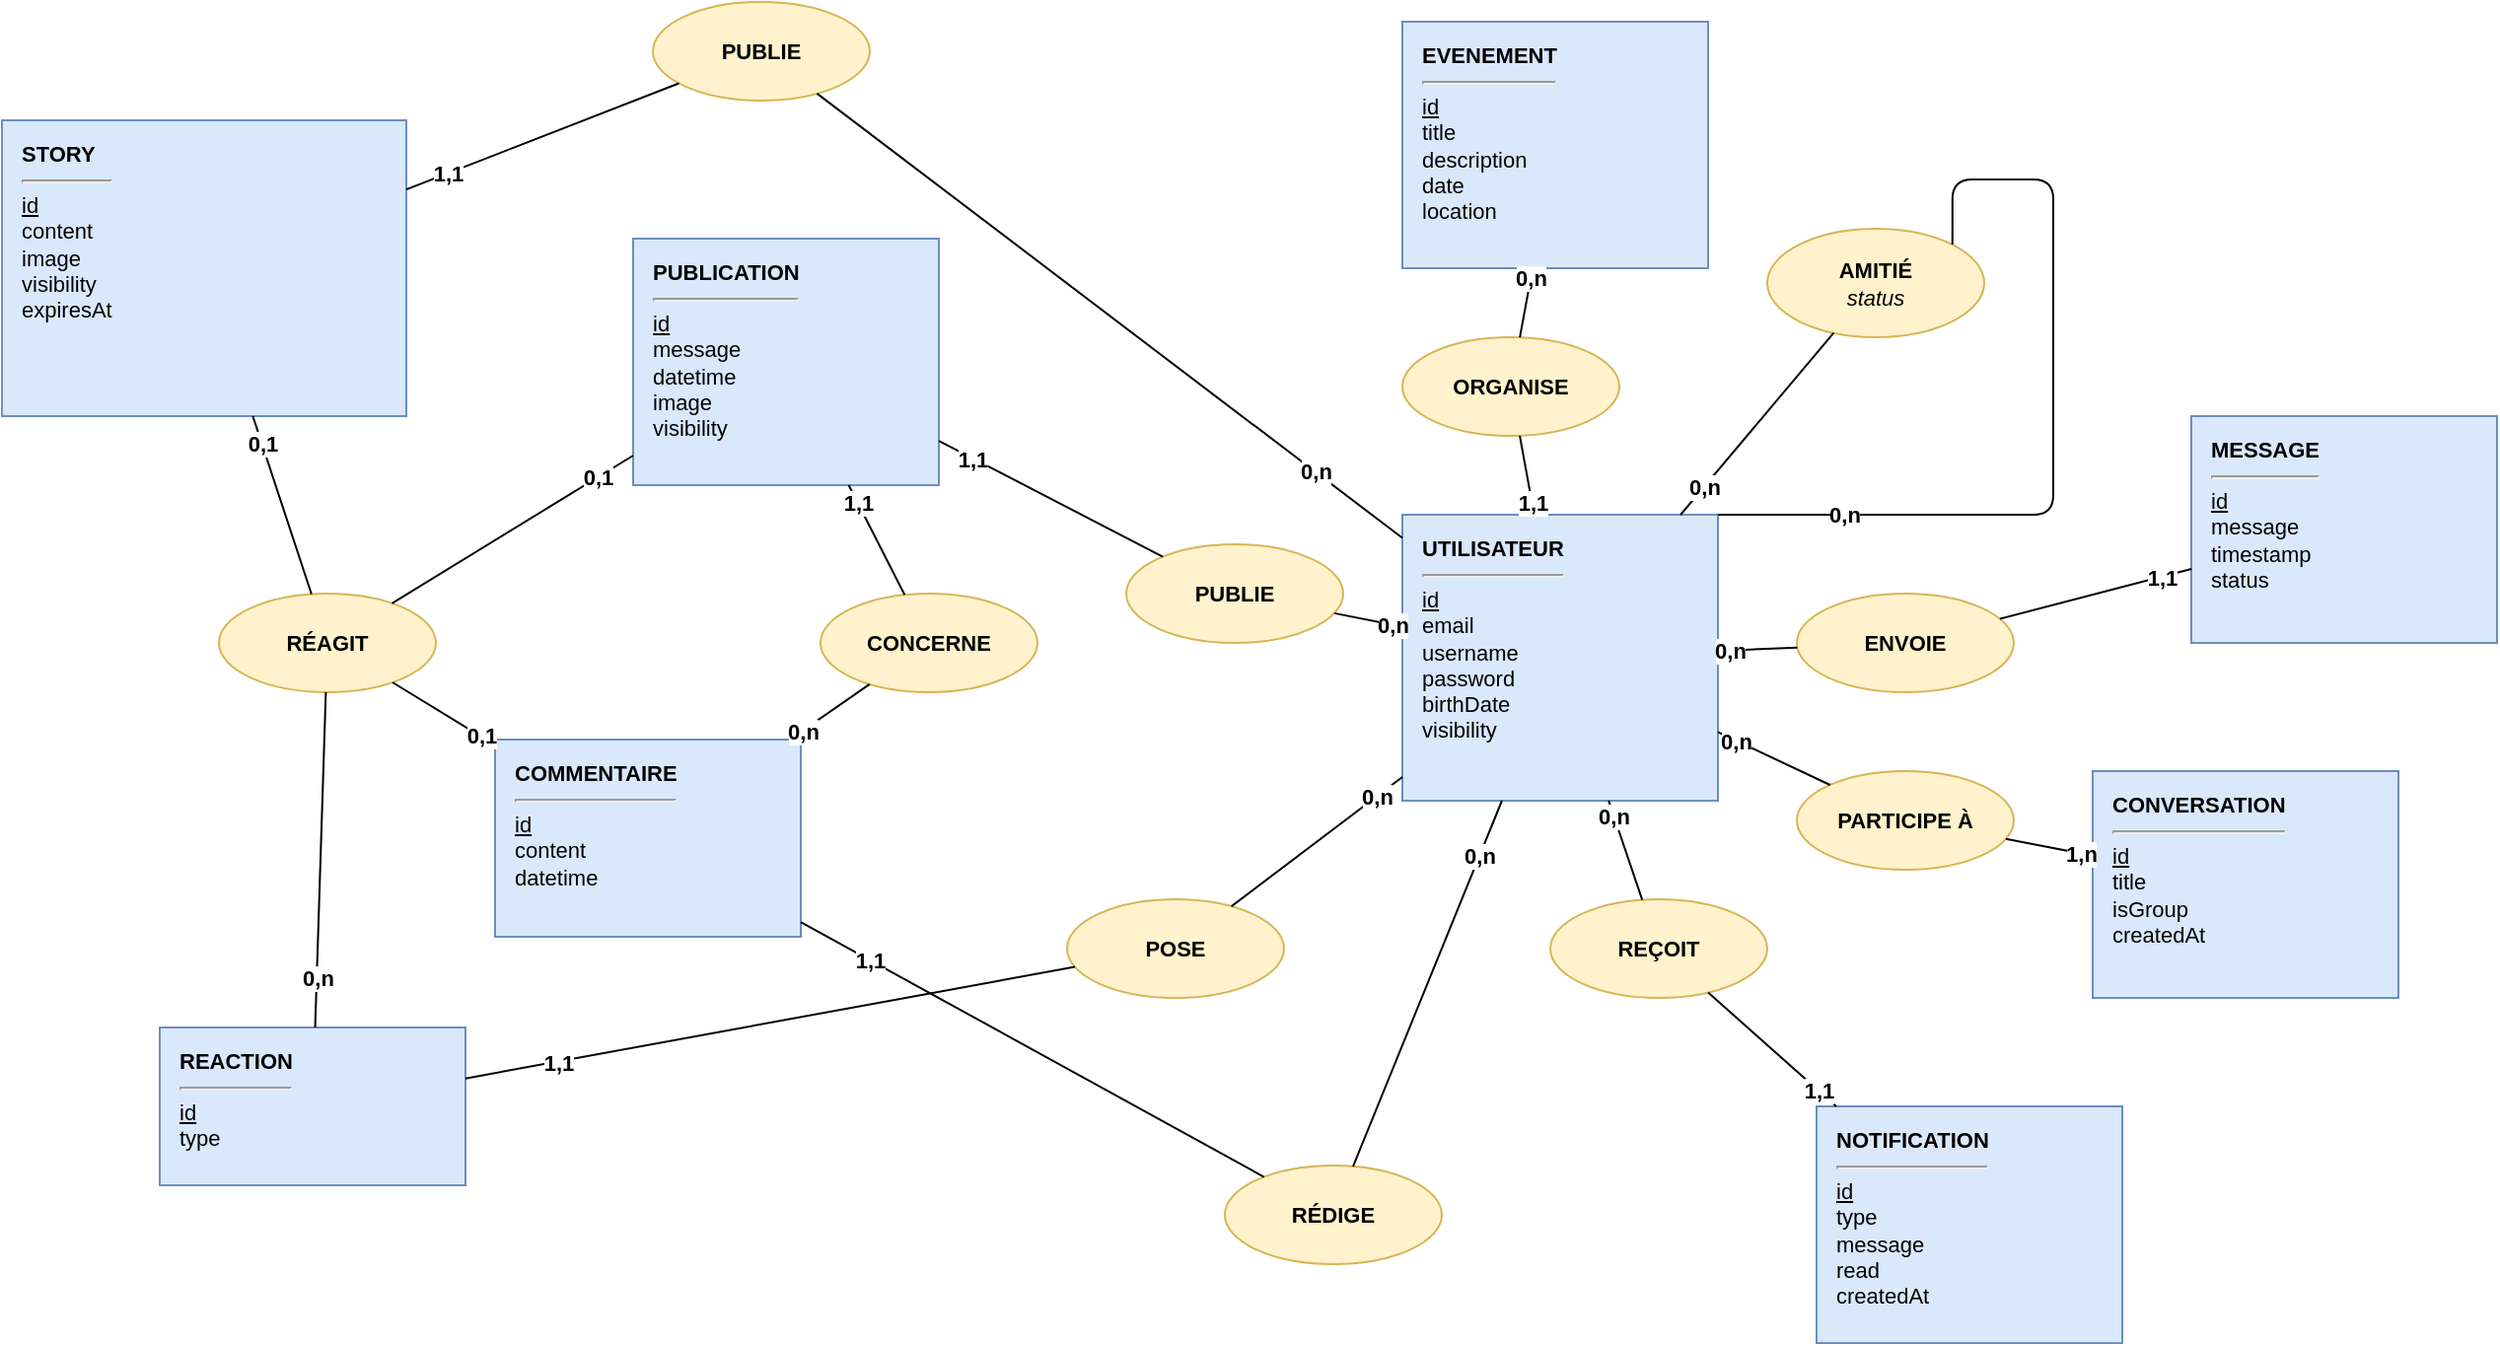
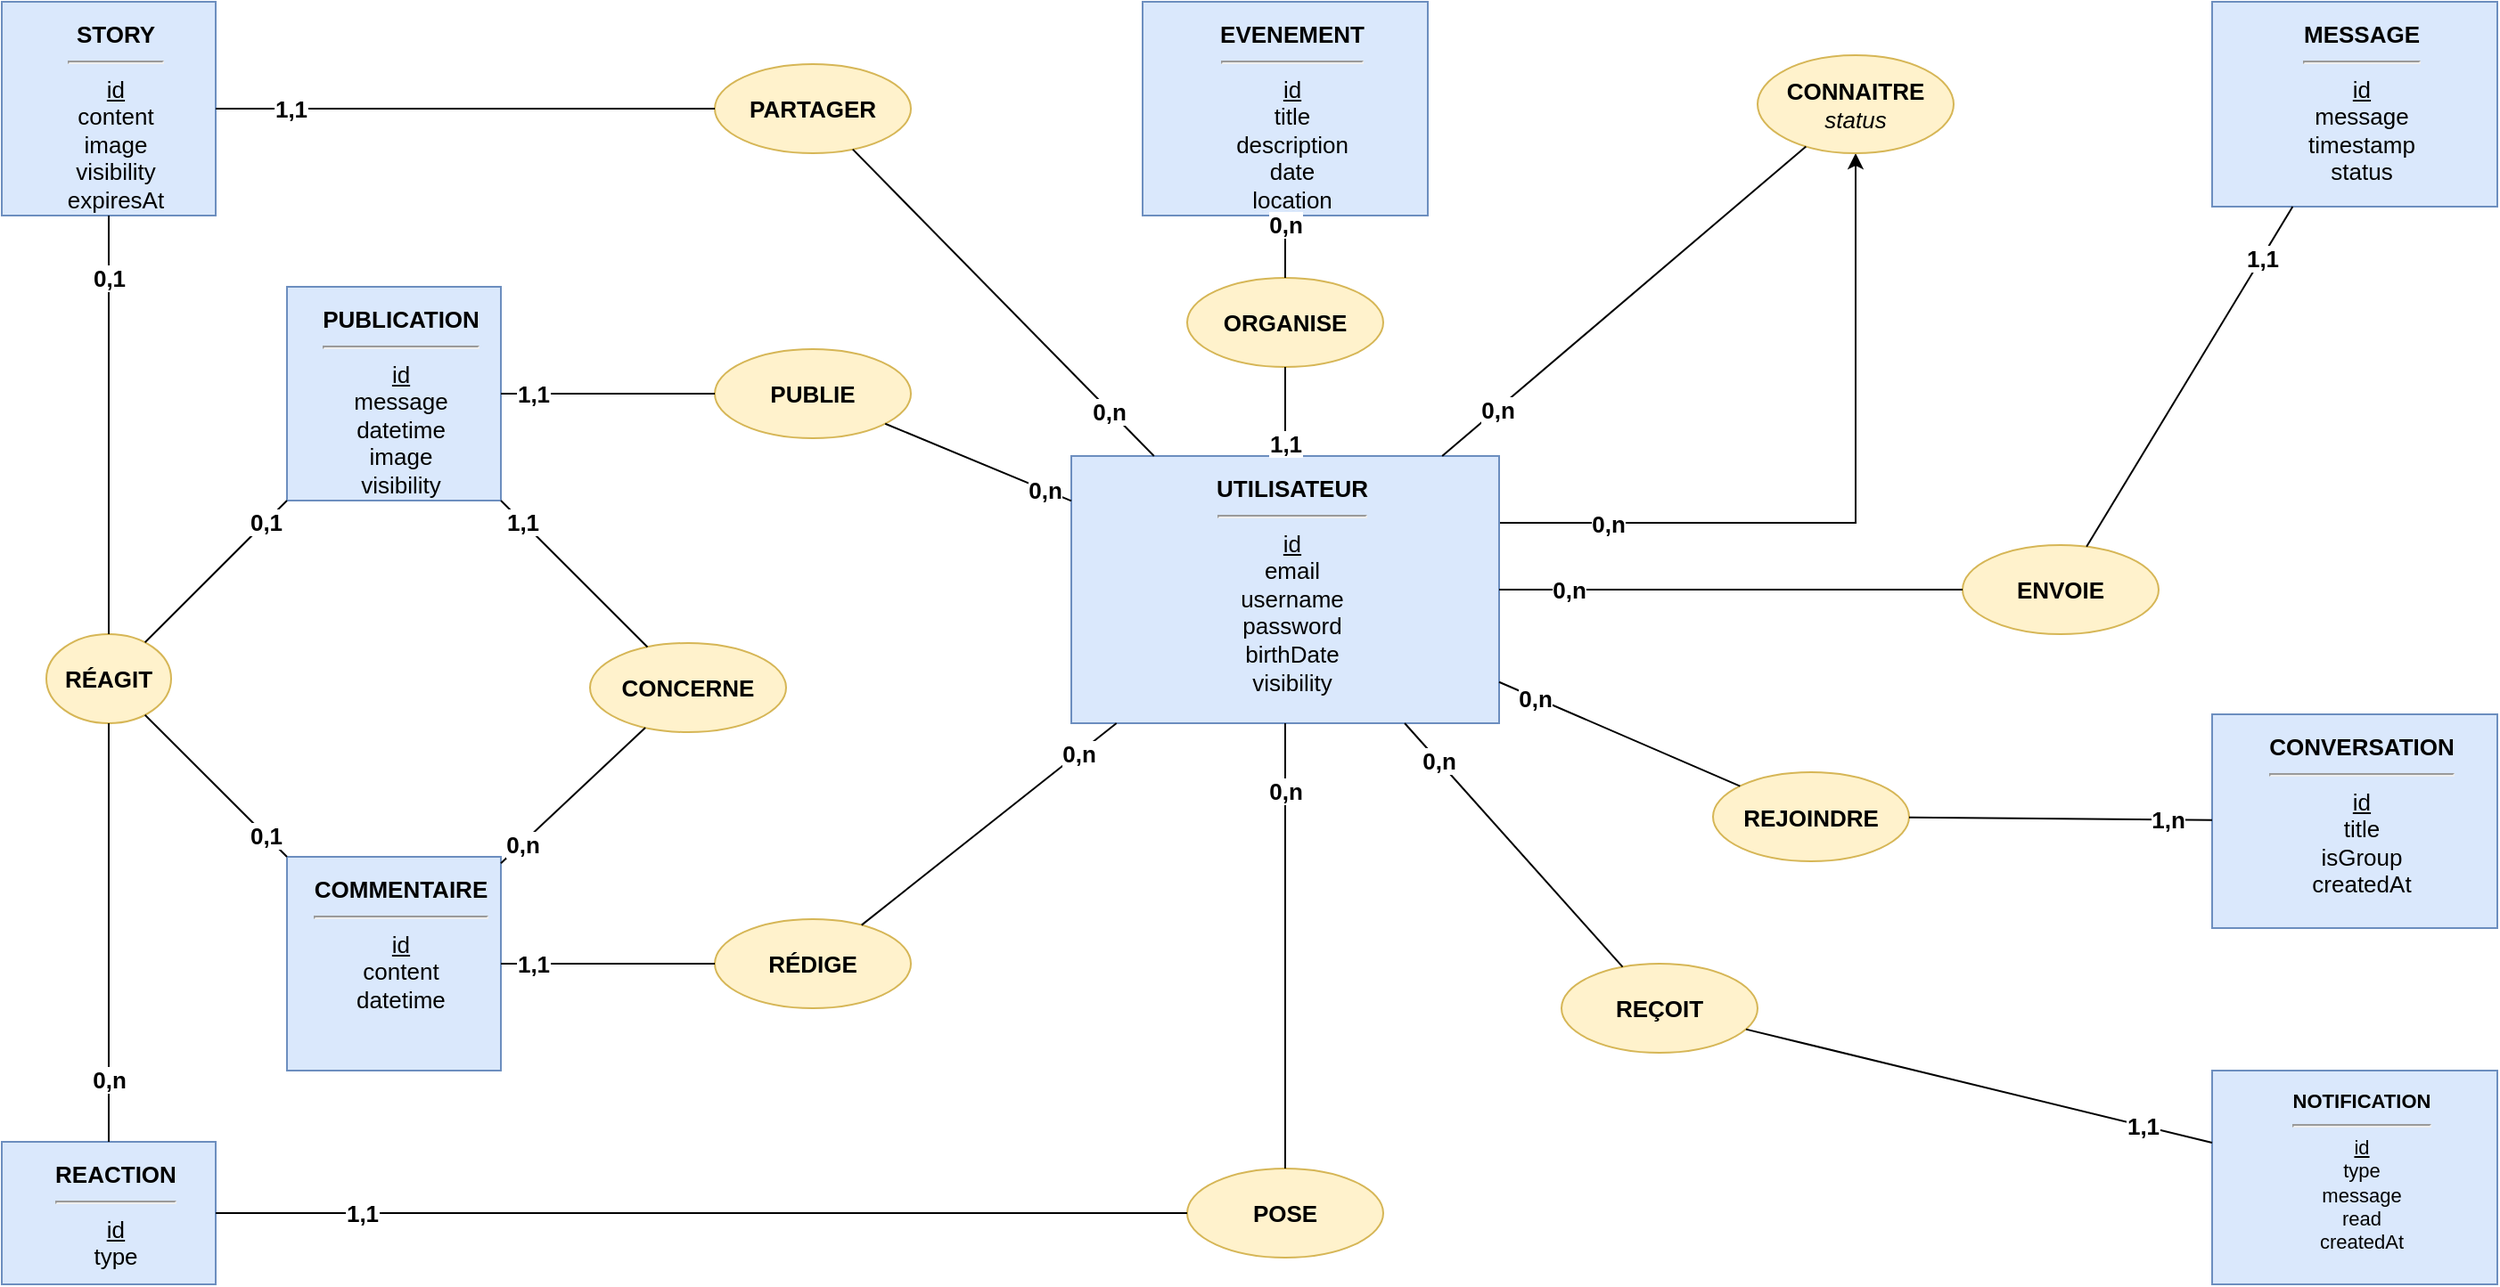
<mxfile host="app.diagrams.net">
  <diagram id="AvOPGSfi3XTp1epjIo77" name="Page-1">
-     <mxGraphModel dx="2583" dy="759" grid="1" gridSize="10" guides="1" tooltips="1" connect="1" arrows="1" fold="1" page="1" pageScale="1" pageWidth="1169" pageHeight="827" math="0" shadow="0">
+     <mxGraphModel dx="2618" dy="759" grid="1" gridSize="10" guides="1" tooltips="1" connect="1" arrows="1" fold="1" page="1" pageScale="1" pageWidth="1169" pageHeight="827" math="0" shadow="0">
      <root>
        <mxCell id="0" />
        <mxCell id="1" parent="0" />
-         <mxCell id="e_user" parent="1" style="rounded=0;whiteSpace=wrap;html=1;align=left;verticalAlign=top;fillColor=#dae8fc;strokeColor=#6c8ebf;spacingLeft=8;spacingTop=4;fontSize=11;" value="&lt;b&gt;UTILISATEUR&lt;/b&gt;&lt;hr/&gt;&lt;u&gt;id&lt;/u&gt;&lt;br&gt;email&lt;br&gt;username&lt;br&gt;password&lt;br&gt;birthDate&lt;br&gt;visibility" vertex="1">
-           <mxGeometry height="145" width="160" x="400" y="300" as="geometry" />
-         </mxCell>
-         <mxCell id="e_post" parent="1" style="rounded=0;whiteSpace=wrap;html=1;align=left;verticalAlign=top;fillColor=#dae8fc;strokeColor=#6c8ebf;spacingLeft=8;spacingTop=4;fontSize=11;" value="&lt;b&gt;PUBLICATION&lt;/b&gt;&lt;hr/&gt;&lt;u&gt;id&lt;/u&gt;&lt;br&gt;message&lt;br&gt;datetime&lt;br&gt;image&lt;br&gt;visibility" vertex="1">
-           <mxGeometry height="125" width="155" x="10" y="160" as="geometry" />
-         </mxCell>
-         <mxCell id="e_comment" parent="1" style="rounded=0;whiteSpace=wrap;html=1;align=left;verticalAlign=top;fillColor=#dae8fc;strokeColor=#6c8ebf;spacingLeft=8;spacingTop=4;fontSize=11;" value="&lt;b&gt;COMMENTAIRE&lt;/b&gt;&lt;hr/&gt;&lt;u&gt;id&lt;/u&gt;&lt;br&gt;content&lt;br&gt;datetime" vertex="1">
-           <mxGeometry height="100" width="155" x="-60" y="414" as="geometry" />
-         </mxCell>
-         <mxCell id="e_msg" parent="1" style="rounded=0;whiteSpace=wrap;html=1;align=left;verticalAlign=top;fillColor=#dae8fc;strokeColor=#6c8ebf;spacingLeft=8;spacingTop=4;fontSize=11;" value="&lt;b&gt;MESSAGE&lt;/b&gt;&lt;hr/&gt;&lt;u&gt;id&lt;/u&gt;&lt;br&gt;message&lt;br&gt;timestamp&lt;br&gt;status" vertex="1">
-           <mxGeometry height="115" width="155" x="800" y="250" as="geometry" />
-         </mxCell>
-         <mxCell id="e_event" parent="1" style="rounded=0;whiteSpace=wrap;html=1;align=left;verticalAlign=top;fillColor=#dae8fc;strokeColor=#6c8ebf;spacingLeft=8;spacingTop=4;fontSize=11;" value="&lt;b&gt;EVENEMENT&lt;/b&gt;&lt;hr/&gt;&lt;u&gt;id&lt;/u&gt;&lt;br&gt;title&lt;br&gt;description&lt;br&gt;date&lt;br&gt;location" vertex="1">
-           <mxGeometry height="125" width="155" x="400" y="50" as="geometry" />
-         </mxCell>
-         <mxCell id="e_conv" parent="1" style="rounded=0;whiteSpace=wrap;html=1;align=left;verticalAlign=top;fillColor=#dae8fc;strokeColor=#6c8ebf;spacingLeft=8;spacingTop=4;fontSize=11;" value="&lt;b&gt;CONVERSATION&lt;/b&gt;&lt;hr/&gt;&lt;u&gt;id&lt;/u&gt;&lt;br&gt;title&lt;br&gt;isGroup&lt;br&gt;createdAt" vertex="1">
-           <mxGeometry height="115" width="155" x="750" y="430" as="geometry" />
-         </mxCell>
-         <mxCell id="e_notif" parent="1" style="rounded=0;whiteSpace=wrap;html=1;align=left;verticalAlign=top;fillColor=#dae8fc;strokeColor=#6c8ebf;spacingLeft=8;spacingTop=4;fontSize=11;" value="&lt;b&gt;NOTIFICATION&lt;/b&gt;&lt;hr/&gt;&lt;u&gt;id&lt;/u&gt;&lt;br&gt;type&lt;br&gt;message&lt;br&gt;read&lt;br&gt;createdAt" vertex="1">
-           <mxGeometry height="120" width="155" x="610" y="600" as="geometry" />
-         </mxCell>
-         <mxCell id="e_story" parent="1" style="rounded=0;whiteSpace=wrap;html=1;align=left;verticalAlign=top;fillColor=#dae8fc;strokeColor=#6c8ebf;spacingLeft=8;spacingTop=4;fontSize=11;" value="&lt;b&gt;STORY&lt;/b&gt;&lt;hr/&gt;&lt;u&gt;id&lt;/u&gt;&lt;br&gt;content&lt;br&gt;image&lt;br&gt;visibility&lt;br&gt;expiresAt" vertex="1">
-           <mxGeometry height="150" width="205" x="-310" y="100" as="geometry" />
-         </mxCell>
-         <mxCell id="e_reaction" parent="1" style="rounded=0;whiteSpace=wrap;html=1;align=left;verticalAlign=top;fillColor=#dae8fc;strokeColor=#6c8ebf;spacingLeft=8;spacingTop=4;fontSize=11;" value="&lt;b&gt;REACTION&lt;/b&gt;&lt;hr/&gt;&lt;u&gt;id&lt;/u&gt;&lt;br&gt;type" vertex="1">
-           <mxGeometry height="80" width="155" x="-230" y="560" as="geometry" />
-         </mxCell>
-         <mxCell id="r_publie_story" parent="1" style="ellipse;whiteSpace=wrap;html=1;fillColor=#fff2cc;strokeColor=#d6b656;fontSize=11;" value="&lt;b&gt;PUBLIE&lt;/b&gt;" vertex="1">
-           <mxGeometry height="50" width="110" x="20" y="40" as="geometry" />
-         </mxCell>
-         <mxCell id="r_pose" parent="1" style="ellipse;whiteSpace=wrap;html=1;fillColor=#fff2cc;strokeColor=#d6b656;fontSize=11;" value="&lt;b&gt;POSE&lt;/b&gt;" vertex="1">
-           <mxGeometry height="50" width="110" x="230" y="495" as="geometry" />
-         </mxCell>
-         <mxCell id="r_reagit_post" parent="1" style="ellipse;whiteSpace=wrap;html=1;fillColor=#fff2cc;strokeColor=#d6b656;fontSize=11;" value="&lt;b&gt;RÉAGIT&lt;/b&gt;" vertex="1">
-           <mxGeometry height="50" width="110" x="-200" y="340" as="geometry" />
+         <mxCell id="I-HbLYSiOQ31D1_cL5be-6" edge="1" parent="1" source="e_user" style="edgeStyle=orthogonalEdgeStyle;rounded=0;orthogonalLoop=1;jettySize=auto;html=1;exitX=1;exitY=0.25;exitDx=0;exitDy=0;entryX=0.5;entryY=1;entryDx=0;entryDy=0;" target="r_amitie" value="">
+           <mxGeometry relative="1" as="geometry" />
+         </mxCell>
+         <mxCell id="card_amitie_user" connectable="0" parent="I-HbLYSiOQ31D1_cL5be-6" style="edgeLabel;html=1;align=center;verticalAlign=middle;resizable=0;fontSize=13;fontStyle=1;" value="0,n" vertex="1">
+           <mxGeometry relative="1" x="-0.7" as="geometry">
+             <mxPoint as="offset" />
+           </mxGeometry>
+         </mxCell>
+         <mxCell id="e_user" parent="1" style="rounded=0;whiteSpace=wrap;html=1;align=center;verticalAlign=top;fillColor=#dae8fc;strokeColor=#6c8ebf;spacingLeft=8;spacingTop=4;fontSize=13;" value="&lt;b&gt;UTILISATEUR&lt;/b&gt;&lt;hr&gt;&lt;u&gt;id&lt;/u&gt;&lt;br&gt;email&lt;br&gt;username&lt;br&gt;password&lt;br&gt;birthDate&lt;br&gt;visibility" vertex="1">
+           <mxGeometry height="150" width="240" x="200" y="295" as="geometry" />
+         </mxCell>
+         <mxCell id="e_post" parent="1" style="rounded=0;whiteSpace=wrap;html=1;align=center;verticalAlign=top;fillColor=#dae8fc;strokeColor=#6c8ebf;spacingLeft=8;spacingTop=4;fontSize=13;" value="&lt;b&gt;PUBLICATION&lt;/b&gt;&lt;hr&gt;&lt;u&gt;id&lt;/u&gt;&lt;br&gt;message&lt;br&gt;datetime&lt;br&gt;image&lt;br&gt;visibility" vertex="1">
+           <mxGeometry height="120" width="120" x="-240" y="200" as="geometry" />
+         </mxCell>
+         <mxCell id="e_comment" parent="1" style="rounded=0;whiteSpace=wrap;html=1;align=center;verticalAlign=top;fillColor=#dae8fc;strokeColor=#6c8ebf;spacingLeft=8;spacingTop=4;fontSize=13;" value="&lt;b&gt;COMMENTAIRE&lt;/b&gt;&lt;hr&gt;&lt;u&gt;id&lt;/u&gt;&lt;br&gt;content&lt;br&gt;datetime" vertex="1">
+           <mxGeometry height="120" width="120" x="-240" y="520" as="geometry" />
+         </mxCell>
+         <mxCell id="e_msg" parent="1" style="rounded=0;whiteSpace=wrap;html=1;align=center;verticalAlign=top;fillColor=#dae8fc;strokeColor=#6c8ebf;spacingLeft=8;spacingTop=4;fontSize=13;" value="&lt;b&gt;MESSAGE&lt;/b&gt;&lt;hr&gt;&lt;u&gt;id&lt;/u&gt;&lt;br&gt;message&lt;br&gt;timestamp&lt;br&gt;status" vertex="1">
+           <mxGeometry height="115" width="160" x="840" y="40" as="geometry" />
+         </mxCell>
+         <mxCell id="e_event" parent="1" style="rounded=0;whiteSpace=wrap;html=1;align=center;verticalAlign=top;fillColor=#dae8fc;strokeColor=#6c8ebf;spacingLeft=8;spacingTop=4;fontSize=13;" value="&lt;b&gt;EVENEMENT&lt;/b&gt;&lt;hr&gt;&lt;u&gt;id&lt;/u&gt;&lt;br&gt;title&lt;br&gt;description&lt;br&gt;date&lt;br&gt;location" vertex="1">
+           <mxGeometry height="120" width="160" x="240" y="40" as="geometry" />
+         </mxCell>
+         <mxCell id="e_conv" parent="1" style="rounded=0;whiteSpace=wrap;html=1;align=center;verticalAlign=top;fillColor=#dae8fc;strokeColor=#6c8ebf;spacingLeft=8;spacingTop=4;fontSize=13;" value="&lt;b&gt;CONVERSATION&lt;/b&gt;&lt;hr&gt;&lt;u&gt;id&lt;/u&gt;&lt;br&gt;title&lt;br&gt;isGroup&lt;br&gt;createdAt" vertex="1">
+           <mxGeometry height="120" width="160" x="840" y="440" as="geometry" />
+         </mxCell>
+         <mxCell id="e_notif" parent="1" style="rounded=0;whiteSpace=wrap;html=1;align=center;verticalAlign=top;fillColor=#dae8fc;strokeColor=#6c8ebf;spacingLeft=8;spacingTop=4;fontSize=11;" value="&lt;b&gt;NOTIFICATION&lt;/b&gt;&lt;hr&gt;&lt;u&gt;id&lt;/u&gt;&lt;br&gt;type&lt;br&gt;message&lt;br&gt;read&lt;br&gt;createdAt" vertex="1">
+           <mxGeometry height="120" width="160" x="840" y="640" as="geometry" />
+         </mxCell>
+         <mxCell id="e_story" parent="1" style="rounded=0;whiteSpace=wrap;html=1;align=center;verticalAlign=top;fillColor=#dae8fc;strokeColor=#6c8ebf;spacingLeft=8;spacingTop=4;fontSize=13;" value="&lt;b&gt;STORY&lt;/b&gt;&lt;hr&gt;&lt;u&gt;id&lt;/u&gt;&lt;br&gt;content&lt;br&gt;image&lt;br&gt;visibility&lt;br&gt;expiresAt" vertex="1">
+           <mxGeometry height="120" width="120" x="-400" y="40" as="geometry" />
+         </mxCell>
+         <mxCell id="e_reaction" parent="1" style="rounded=0;whiteSpace=wrap;html=1;align=center;verticalAlign=top;fillColor=#dae8fc;strokeColor=#6c8ebf;spacingLeft=8;spacingTop=4;fontSize=13;" value="&lt;div&gt;&lt;b style=&quot;background-color: transparent; color: light-dark(rgb(0, 0, 0), rgb(255, 255, 255));&quot;&gt;REACTION&lt;/b&gt;&lt;/div&gt;&lt;hr&gt;&lt;u&gt;&lt;div&gt;&lt;u style=&quot;background-color: transparent; color: light-dark(rgb(0, 0, 0), rgb(255, 255, 255));&quot;&gt;id&lt;/u&gt;&lt;/div&gt;&lt;/u&gt;&lt;div&gt;&lt;span style=&quot;background-color: transparent; color: light-dark(rgb(0, 0, 0), rgb(255, 255, 255));&quot;&gt;type&lt;/span&gt;&lt;/div&gt;" vertex="1">
+           <mxGeometry height="80" width="120" x="-400" y="680" as="geometry" />
+         </mxCell>
+         <mxCell id="r_publie_story" parent="1" style="ellipse;whiteSpace=wrap;html=1;fillColor=#fff2cc;strokeColor=#d6b656;fontSize=13;" value="&lt;b&gt;PARTAGER&lt;/b&gt;" vertex="1">
+           <mxGeometry height="50" width="110" y="75" as="geometry" />
+         </mxCell>
+         <mxCell id="r_pose" parent="1" style="ellipse;whiteSpace=wrap;html=1;fillColor=#fff2cc;strokeColor=#d6b656;fontSize=13;" value="&lt;b&gt;POSE&lt;/b&gt;" vertex="1">
+           <mxGeometry height="50" width="110" x="265" y="695" as="geometry" />
+         </mxCell>
+         <mxCell id="r_reagit_post" parent="1" style="ellipse;whiteSpace=wrap;html=1;fillColor=#fff2cc;strokeColor=#d6b656;fontSize=13;" value="&lt;b&gt;RÉAGIT&lt;/b&gt;" vertex="1">
+           <mxGeometry height="50" width="70" x="-375" y="395" as="geometry" />
        </mxCell>
        <mxCell id="es1" edge="1" parent="1" source="e_user" style="endArrow=none;html=1;" target="r_publie_story" value="">
          <mxGeometry relative="1" as="geometry" />
        </mxCell>
-         <mxCell id="es1_src" connectable="0" parent="es1" style="edgeLabel;html=1;align=center;verticalAlign=middle;resizable=0;fontSize=11;fontStyle=1;" value="0,n" vertex="1">
+         <mxCell id="es1_src" connectable="0" parent="es1" style="edgeLabel;html=1;align=center;verticalAlign=middle;resizable=0;fontSize=13;fontStyle=1;" value="0,n" vertex="1">
          <mxGeometry relative="1" x="-0.7" as="geometry">
            <mxPoint as="offset" />
          </mxGeometry>
        </mxCell>
        <mxCell id="es2" edge="1" parent="1" source="r_publie_story" style="endArrow=none;html=1;" target="e_story" value="">
          <mxGeometry relative="1" as="geometry" />
        </mxCell>
-         <mxCell id="es2_tgt" connectable="0" parent="es2" style="edgeLabel;html=1;align=center;verticalAlign=middle;resizable=0;fontSize=11;fontStyle=1;" value="1,1" vertex="1">
+         <mxCell id="es2_tgt" connectable="0" parent="es2" style="edgeLabel;html=1;align=center;verticalAlign=middle;resizable=0;fontSize=13;fontStyle=1;" value="1,1" vertex="1">
          <mxGeometry relative="1" x="0.7" as="geometry">
            <mxPoint as="offset" />
          </mxGeometry>
        </mxCell>
        <mxCell id="er1" edge="1" parent="1" source="e_user" style="endArrow=none;html=1;" target="r_pose" value="">
          <mxGeometry relative="1" as="geometry" />
        </mxCell>
-         <mxCell id="er1_src" connectable="0" parent="er1" style="edgeLabel;html=1;align=center;verticalAlign=middle;resizable=0;fontSize=11;fontStyle=1;" value="0,n" vertex="1">
+         <mxCell id="er1_src" connectable="0" parent="er1" style="edgeLabel;html=1;align=center;verticalAlign=middle;resizable=0;fontSize=13;fontStyle=1;" value="0,n" vertex="1">
          <mxGeometry relative="1" x="-0.7" as="geometry">
            <mxPoint as="offset" />
          </mxGeometry>
        </mxCell>
        <mxCell id="er2" edge="1" parent="1" source="r_pose" style="endArrow=none;html=1;" target="e_reaction" value="">
          <mxGeometry relative="1" as="geometry" />
        </mxCell>
-         <mxCell id="er2_tgt" connectable="0" parent="er2" style="edgeLabel;html=1;align=center;verticalAlign=middle;resizable=0;fontSize=11;fontStyle=1;" value="1,1" vertex="1">
+         <mxCell id="er2_tgt" connectable="0" parent="er2" style="edgeLabel;html=1;align=center;verticalAlign=middle;resizable=0;fontSize=13;fontStyle=1;" value="1,1" vertex="1">
          <mxGeometry relative="1" x="0.7" as="geometry">
            <mxPoint as="offset" />
          </mxGeometry>
        </mxCell>
        <mxCell id="er3" edge="1" parent="1" source="e_reaction" style="endArrow=none;html=1;" target="r_reagit_post" value="">
          <mxGeometry relative="1" as="geometry" />
        </mxCell>
-         <mxCell id="er3_src" connectable="0" parent="er3" style="edgeLabel;html=1;align=center;verticalAlign=middle;resizable=0;fontSize=11;fontStyle=1;" value="0,n" vertex="1">
+         <mxCell id="er3_src" connectable="0" parent="er3" style="edgeLabel;html=1;align=center;verticalAlign=middle;resizable=0;fontSize=13;fontStyle=1;" value="0,n" vertex="1">
          <mxGeometry relative="1" x="-0.7" as="geometry">
            <mxPoint as="offset" />
          </mxGeometry>
        </mxCell>
        <mxCell id="er4" edge="1" parent="1" source="r_reagit_post" style="endArrow=none;html=1;" target="e_post" value="">
          <mxGeometry relative="1" as="geometry" />
        </mxCell>
-         <mxCell id="er4_tgt" connectable="0" parent="er4" style="edgeLabel;html=1;align=center;verticalAlign=middle;resizable=0;fontSize=11;fontStyle=1;" value="0,1" vertex="1">
+         <mxCell id="er4_tgt" connectable="0" parent="er4" style="edgeLabel;html=1;align=center;verticalAlign=middle;resizable=0;fontSize=13;fontStyle=1;" value="0,1" vertex="1">
          <mxGeometry relative="1" x="0.7" as="geometry">
            <mxPoint as="offset" />
          </mxGeometry>
        </mxCell>
        <mxCell id="er5" edge="1" parent="1" source="r_reagit_post" style="endArrow=none;html=1;" target="e_story" value="">
          <mxGeometry relative="1" as="geometry" />
        </mxCell>
-         <mxCell id="er5_tgt" connectable="0" parent="er5" style="edgeLabel;html=1;align=center;verticalAlign=middle;resizable=0;fontSize=11;fontStyle=1;" value="0,1" vertex="1">
+         <mxCell id="er5_tgt" connectable="0" parent="er5" style="edgeLabel;html=1;align=center;verticalAlign=middle;resizable=0;fontSize=13;fontStyle=1;" value="0,1" vertex="1">
          <mxGeometry relative="1" x="0.7" as="geometry">
            <mxPoint as="offset" />
          </mxGeometry>
        </mxCell>
        <mxCell id="er6" edge="1" parent="1" source="r_reagit_post" style="endArrow=none;html=1;" target="e_comment" value="">
          <mxGeometry relative="1" as="geometry" />
        </mxCell>
-         <mxCell id="er6_tgt" connectable="0" parent="er6" style="edgeLabel;html=1;align=center;verticalAlign=middle;resizable=0;fontSize=11;fontStyle=1;" value="0,1" vertex="1">
-           <mxGeometry relative="1" x="0.7" as="geometry">
-             <mxPoint as="offset" />
-           </mxGeometry>
-         </mxCell>
-         <mxCell id="r_publie" parent="1" style="ellipse;whiteSpace=wrap;html=1;fillColor=#fff2cc;strokeColor=#d6b656;fontSize=11;" value="&lt;b&gt;PUBLIE&lt;/b&gt;" vertex="1">
-           <mxGeometry height="50" width="110" x="260" y="315" as="geometry" />
-         </mxCell>
-         <mxCell id="r_redige" parent="1" style="ellipse;whiteSpace=wrap;html=1;fillColor=#fff2cc;strokeColor=#d6b656;fontSize=11;" value="&lt;b&gt;RÉDIGE&lt;/b&gt;" vertex="1">
-           <mxGeometry height="50" width="110" x="310" y="630" as="geometry" />
-         </mxCell>
-         <mxCell id="r_concerne" parent="1" style="ellipse;whiteSpace=wrap;html=1;fillColor=#fff2cc;strokeColor=#d6b656;fontSize=11;" value="&lt;b&gt;CONCERNE&lt;/b&gt;" vertex="1">
-           <mxGeometry height="50" width="110" x="105" y="340" as="geometry" />
-         </mxCell>
-         <mxCell id="r_envoie" parent="1" style="ellipse;whiteSpace=wrap;html=1;fillColor=#fff2cc;strokeColor=#d6b656;fontSize=11;" value="&lt;b&gt;ENVOIE&lt;/b&gt;" vertex="1">
-           <mxGeometry height="50" width="110" x="600" y="340" as="geometry" />
-         </mxCell>
-         <mxCell id="r_organise" parent="1" style="ellipse;whiteSpace=wrap;html=1;fillColor=#fff2cc;strokeColor=#d6b656;fontSize=11;" value="&lt;b&gt;ORGANISE&lt;/b&gt;" vertex="1">
-           <mxGeometry height="50" width="110" x="400" y="210" as="geometry" />
-         </mxCell>
-         <mxCell id="r_participe" parent="1" style="ellipse;whiteSpace=wrap;html=1;fillColor=#fff2cc;strokeColor=#d6b656;fontSize=11;" value="&lt;b&gt;PARTICIPE À&lt;/b&gt;" vertex="1">
-           <mxGeometry height="50" width="110" x="600" y="430" as="geometry" />
-         </mxCell>
-         <mxCell id="r_notif" parent="1" style="ellipse;whiteSpace=wrap;html=1;fillColor=#fff2cc;strokeColor=#d6b656;fontSize=11;" value="&lt;b&gt;REÇOIT&lt;/b&gt;" vertex="1">
-           <mxGeometry height="50" width="110" x="475" y="495" as="geometry" />
-         </mxCell>
-         <mxCell id="r_amitie" parent="1" style="ellipse;whiteSpace=wrap;html=1;fillColor=#fff2cc;strokeColor=#d6b656;fontSize=11;" value="&lt;b&gt;AMITIÉ&lt;/b&gt;&lt;br/&gt;&lt;i&gt;status&lt;/i&gt;" vertex="1">
-           <mxGeometry height="55" width="110" x="585" y="155" as="geometry" />
+         <mxCell id="er6_tgt" connectable="0" parent="er6" style="edgeLabel;html=1;align=center;verticalAlign=middle;resizable=0;fontSize=13;fontStyle=1;" value="0,1" vertex="1">
+           <mxGeometry relative="1" x="0.7" as="geometry">
+             <mxPoint as="offset" />
+           </mxGeometry>
+         </mxCell>
+         <mxCell id="r_publie" parent="1" style="ellipse;whiteSpace=wrap;html=1;fillColor=#fff2cc;strokeColor=#d6b656;fontSize=13;" value="&lt;b&gt;PUBLIE&lt;/b&gt;" vertex="1">
+           <mxGeometry height="50" width="110" y="235" as="geometry" />
+         </mxCell>
+         <mxCell id="r_redige" parent="1" style="ellipse;whiteSpace=wrap;html=1;fillColor=#fff2cc;strokeColor=#d6b656;fontSize=13;" value="&lt;b&gt;RÉDIGE&lt;/b&gt;" vertex="1">
+           <mxGeometry height="50" width="110" y="555" as="geometry" />
+         </mxCell>
+         <mxCell id="r_concerne" parent="1" style="ellipse;whiteSpace=wrap;html=1;fillColor=#fff2cc;strokeColor=#d6b656;fontSize=13;" value="&lt;b&gt;CONCERNE&lt;/b&gt;" vertex="1">
+           <mxGeometry height="50" width="110" x="-70" y="400" as="geometry" />
+         </mxCell>
+         <mxCell id="r_envoie" parent="1" style="ellipse;whiteSpace=wrap;html=1;fillColor=#fff2cc;strokeColor=#d6b656;fontSize=13;" value="&lt;b&gt;ENVOIE&lt;/b&gt;" vertex="1">
+           <mxGeometry height="50" width="110" x="700" y="345" as="geometry" />
+         </mxCell>
+         <mxCell id="r_organise" parent="1" style="ellipse;whiteSpace=wrap;html=1;fillColor=#fff2cc;strokeColor=#d6b656;fontSize=13;" value="&lt;b&gt;ORGANISE&lt;/b&gt;" vertex="1">
+           <mxGeometry height="50" width="110" x="265" y="195" as="geometry" />
+         </mxCell>
+         <mxCell id="r_participe" parent="1" style="ellipse;whiteSpace=wrap;html=1;fillColor=#fff2cc;strokeColor=#d6b656;fontSize=13;" value="&lt;b&gt;REJOINDRE&lt;/b&gt;" vertex="1">
+           <mxGeometry height="50" width="110" x="560" y="472.5" as="geometry" />
+         </mxCell>
+         <mxCell id="r_notif" parent="1" style="ellipse;whiteSpace=wrap;html=1;fillColor=#fff2cc;strokeColor=#d6b656;fontSize=13;" value="&lt;b&gt;REÇOIT&lt;/b&gt;" vertex="1">
+           <mxGeometry height="50" width="110" x="475" y="580" as="geometry" />
+         </mxCell>
+         <mxCell id="r_amitie" parent="1" style="ellipse;whiteSpace=wrap;html=1;fillColor=#fff2cc;strokeColor=#d6b656;fontSize=13;" value="&lt;b&gt;CONNAITRE&lt;/b&gt;&lt;br&gt;&lt;i&gt;status&lt;/i&gt;" vertex="1">
+           <mxGeometry height="55" width="110" x="585" y="70" as="geometry" />
        </mxCell>
        <mxCell id="ed1" edge="1" parent="1" source="e_user" style="endArrow=none;html=1;" target="r_publie" value="">
          <mxGeometry relative="1" as="geometry" />
        </mxCell>
-         <mxCell id="ed1_src" connectable="0" parent="ed1" style="edgeLabel;html=1;align=center;verticalAlign=middle;resizable=0;fontSize=11;fontStyle=1;" value="0,n" vertex="1">
+         <mxCell id="ed1_src" connectable="0" parent="ed1" style="edgeLabel;html=1;align=center;verticalAlign=middle;resizable=0;fontSize=13;fontStyle=1;" value="0,n" vertex="1">
          <mxGeometry relative="1" x="-0.7" as="geometry">
            <mxPoint as="offset" />
          </mxGeometry>
        </mxCell>
        <mxCell id="ed2" edge="1" parent="1" source="r_publie" style="endArrow=none;html=1;" target="e_post" value="">
          <mxGeometry relative="1" as="geometry" />
        </mxCell>
-         <mxCell id="ed2_tgt" connectable="0" parent="ed2" style="edgeLabel;html=1;align=center;verticalAlign=middle;resizable=0;fontSize=11;fontStyle=1;" value="1,1" vertex="1">
+         <mxCell id="ed2_tgt" connectable="0" parent="ed2" style="edgeLabel;html=1;align=center;verticalAlign=middle;resizable=0;fontSize=13;fontStyle=1;" value="1,1" vertex="1">
          <mxGeometry relative="1" x="0.7" as="geometry">
            <mxPoint as="offset" />
          </mxGeometry>
        </mxCell>
        <mxCell id="ed3" edge="1" parent="1" source="e_user" style="endArrow=none;html=1;" target="r_redige" value="">
          <mxGeometry relative="1" as="geometry" />
        </mxCell>
-         <mxCell id="ed3_src" connectable="0" parent="ed3" style="edgeLabel;html=1;align=center;verticalAlign=middle;resizable=0;fontSize=11;fontStyle=1;" value="0,n" vertex="1">
+         <mxCell id="ed3_src" connectable="0" parent="ed3" style="edgeLabel;html=1;align=center;verticalAlign=middle;resizable=0;fontSize=13;fontStyle=1;" value="0,n" vertex="1">
          <mxGeometry relative="1" x="-0.7" as="geometry">
            <mxPoint as="offset" />
          </mxGeometry>
        </mxCell>
        <mxCell id="ed4" edge="1" parent="1" source="r_redige" style="endArrow=none;html=1;" target="e_comment" value="">
          <mxGeometry relative="1" as="geometry" />
        </mxCell>
-         <mxCell id="ed4_tgt" connectable="0" parent="ed4" style="edgeLabel;html=1;align=center;verticalAlign=middle;resizable=0;fontSize=11;fontStyle=1;" value="1,1" vertex="1">
+         <mxCell id="ed4_tgt" connectable="0" parent="ed4" style="edgeLabel;html=1;align=center;verticalAlign=middle;resizable=0;fontSize=13;fontStyle=1;" value="1,1" vertex="1">
          <mxGeometry relative="1" x="0.7" as="geometry">
            <mxPoint as="offset" />
          </mxGeometry>
        </mxCell>
        <mxCell id="ed5" edge="1" parent="1" source="e_comment" style="endArrow=none;html=1;" target="r_concerne" value="">
          <mxGeometry relative="1" as="geometry" />
        </mxCell>
-         <mxCell id="ed5_src" connectable="0" parent="ed5" style="edgeLabel;html=1;align=center;verticalAlign=middle;resizable=0;fontSize=11;fontStyle=1;" value="0,n" vertex="1">
+         <mxCell id="ed5_src" connectable="0" parent="ed5" style="edgeLabel;html=1;align=center;verticalAlign=middle;resizable=0;fontSize=13;fontStyle=1;" value="0,n" vertex="1">
          <mxGeometry relative="1" x="-0.7" as="geometry">
            <mxPoint as="offset" />
          </mxGeometry>
        </mxCell>
        <mxCell id="ed6" edge="1" parent="1" source="r_concerne" style="endArrow=none;html=1;" target="e_post" value="">
          <mxGeometry relative="1" as="geometry" />
        </mxCell>
-         <mxCell id="ed6_tgt" connectable="0" parent="ed6" style="edgeLabel;html=1;align=center;verticalAlign=middle;resizable=0;fontSize=11;fontStyle=1;" value="1,1" vertex="1">
+         <mxCell id="ed6_tgt" connectable="0" parent="ed6" style="edgeLabel;html=1;align=center;verticalAlign=middle;resizable=0;fontSize=13;fontStyle=1;" value="1,1" vertex="1">
          <mxGeometry relative="1" x="0.7" as="geometry">
            <mxPoint as="offset" />
          </mxGeometry>
        </mxCell>
        <mxCell id="ed7" edge="1" parent="1" source="e_user" style="endArrow=none;html=1;" target="r_envoie" value="">
          <mxGeometry relative="1" as="geometry" />
        </mxCell>
-         <mxCell id="ed7_src" connectable="0" parent="ed7" style="edgeLabel;html=1;align=center;verticalAlign=middle;resizable=0;fontSize=11;fontStyle=1;" value="0,n" vertex="1">
+         <mxCell id="ed7_src" connectable="0" parent="ed7" style="edgeLabel;html=1;align=center;verticalAlign=middle;resizable=0;fontSize=13;fontStyle=1;" value="0,n" vertex="1">
          <mxGeometry relative="1" x="-0.7" as="geometry">
            <mxPoint as="offset" />
          </mxGeometry>
        </mxCell>
        <mxCell id="ed8" edge="1" parent="1" source="r_envoie" style="endArrow=none;html=1;" target="e_msg" value="">
          <mxGeometry relative="1" as="geometry" />
        </mxCell>
-         <mxCell id="ed8_tgt" connectable="0" parent="ed8" style="edgeLabel;html=1;align=center;verticalAlign=middle;resizable=0;fontSize=11;fontStyle=1;" value="1,1" vertex="1">
+         <mxCell id="ed8_tgt" connectable="0" parent="ed8" style="edgeLabel;html=1;align=center;verticalAlign=middle;resizable=0;fontSize=13;fontStyle=1;" value="1,1" vertex="1">
          <mxGeometry relative="1" x="0.7" as="geometry">
            <mxPoint as="offset" />
          </mxGeometry>
        </mxCell>
        <mxCell id="ed9" edge="1" parent="1" source="e_user" style="endArrow=none;html=1;" target="r_organise" value="">
          <mxGeometry relative="1" as="geometry" />
        </mxCell>
-         <mxCell id="ed9_src" connectable="0" parent="ed9" style="edgeLabel;html=1;align=center;verticalAlign=middle;resizable=0;fontSize=11;fontStyle=1;" value="1,1" vertex="1">
+         <mxCell id="ed9_src" connectable="0" parent="ed9" style="edgeLabel;html=1;align=center;verticalAlign=middle;resizable=0;fontSize=13;fontStyle=1;" value="1,1" vertex="1">
          <mxGeometry relative="1" x="-0.7" as="geometry">
            <mxPoint as="offset" />
          </mxGeometry>
        </mxCell>
        <mxCell id="ed10" edge="1" parent="1" source="r_organise" style="endArrow=none;html=1;" target="e_event" value="">
          <mxGeometry relative="1" as="geometry" />
        </mxCell>
-         <mxCell id="ed10_tgt" connectable="0" parent="ed10" style="edgeLabel;html=1;align=center;verticalAlign=middle;resizable=0;fontSize=11;fontStyle=1;" value="0,n" vertex="1">
+         <mxCell id="ed10_tgt" connectable="0" parent="ed10" style="edgeLabel;html=1;align=center;verticalAlign=middle;resizable=0;fontSize=13;fontStyle=1;" value="0,n" vertex="1">
          <mxGeometry relative="1" x="0.7" as="geometry">
            <mxPoint as="offset" />
          </mxGeometry>
        </mxCell>
        <mxCell id="ed11" edge="1" parent="1" source="e_user" style="endArrow=none;html=1;" target="r_participe" value="">
          <mxGeometry relative="1" as="geometry" />
        </mxCell>
-         <mxCell id="ed11_src" connectable="0" parent="ed11" style="edgeLabel;html=1;align=center;verticalAlign=middle;resizable=0;fontSize=11;fontStyle=1;" value="0,n" vertex="1">
+         <mxCell id="ed11_src" connectable="0" parent="ed11" style="edgeLabel;html=1;align=center;verticalAlign=middle;resizable=0;fontSize=13;fontStyle=1;" value="0,n" vertex="1">
          <mxGeometry relative="1" x="-0.7" as="geometry">
            <mxPoint as="offset" />
          </mxGeometry>
        </mxCell>
        <mxCell id="ed12" edge="1" parent="1" source="r_participe" style="endArrow=none;html=1;" target="e_conv" value="">
          <mxGeometry relative="1" as="geometry" />
        </mxCell>
-         <mxCell id="ed12_tgt" connectable="0" parent="ed12" style="edgeLabel;html=1;align=center;verticalAlign=middle;resizable=0;fontSize=11;fontStyle=1;" value="1,n" vertex="1">
+         <mxCell id="ed12_tgt" connectable="0" parent="ed12" style="edgeLabel;html=1;align=center;verticalAlign=middle;resizable=0;fontSize=13;fontStyle=1;" value="1,n" vertex="1">
          <mxGeometry relative="1" x="0.7" as="geometry">
            <mxPoint as="offset" />
          </mxGeometry>
        </mxCell>
        <mxCell id="ed13" edge="1" parent="1" source="e_user" style="endArrow=none;html=1;" target="r_notif" value="">
          <mxGeometry relative="1" as="geometry" />
        </mxCell>
-         <mxCell id="ed13_src" connectable="0" parent="ed13" style="edgeLabel;html=1;align=center;verticalAlign=middle;resizable=0;fontSize=11;fontStyle=1;" value="0,n" vertex="1">
+         <mxCell id="ed13_src" connectable="0" parent="ed13" style="edgeLabel;html=1;align=center;verticalAlign=middle;resizable=0;fontSize=13;fontStyle=1;" value="0,n" vertex="1">
          <mxGeometry relative="1" x="-0.7" as="geometry">
            <mxPoint as="offset" />
          </mxGeometry>
        </mxCell>
        <mxCell id="ed14" edge="1" parent="1" source="r_notif" style="endArrow=none;html=1;" target="e_notif" value="">
          <mxGeometry relative="1" as="geometry" />
        </mxCell>
-         <mxCell id="ed14_tgt" connectable="0" parent="ed14" style="edgeLabel;html=1;align=center;verticalAlign=middle;resizable=0;fontSize=11;fontStyle=1;" value="1,1" vertex="1">
+         <mxCell id="ed14_tgt" connectable="0" parent="ed14" style="edgeLabel;html=1;align=center;verticalAlign=middle;resizable=0;fontSize=13;fontStyle=1;" value="1,1" vertex="1">
          <mxGeometry relative="1" x="0.7" as="geometry">
            <mxPoint as="offset" />
          </mxGeometry>
        </mxCell>
        <mxCell id="ed15" edge="1" parent="1" source="e_user" style="endArrow=none;html=1;" target="r_amitie" value="">
          <mxGeometry relative="1" as="geometry" />
        </mxCell>
-         <mxCell id="ed15_src" connectable="0" parent="ed15" style="edgeLabel;html=1;align=center;verticalAlign=middle;resizable=0;fontSize=11;fontStyle=1;" value="0,n" vertex="1">
-           <mxGeometry relative="1" x="-0.7" as="geometry">
-             <mxPoint as="offset" />
-           </mxGeometry>
-         </mxCell>
-         <mxCell id="ed16" edge="1" parent="1" source="r_amitie" style="endArrow=none;html=1;exitX=1;exitY=0;exitDx=0;exitDy=0;entryX=1;entryY=0;entryDx=0;entryDy=0;edgeStyle=orthogonalEdgeStyle;" target="e_user" value="">
-           <mxGeometry relative="1" as="geometry">
-             <Array as="points">
-               <mxPoint x="730" y="130" />
-               <mxPoint x="730" y="300" />
-             </Array>
-           </mxGeometry>
-         </mxCell>
-         <mxCell id="ed16_tgt" connectable="0" parent="ed16" style="edgeLabel;html=1;align=center;verticalAlign=middle;resizable=0;fontSize=11;fontStyle=1;" value="0,n" vertex="1">
-           <mxGeometry relative="1" x="0.7" as="geometry">
+         <mxCell id="ed15_src" connectable="0" parent="ed15" style="edgeLabel;html=1;align=center;verticalAlign=middle;resizable=0;fontSize=13;fontStyle=1;" value="0,n" vertex="1">
+           <mxGeometry relative="1" x="-0.7" as="geometry">
            <mxPoint as="offset" />
          </mxGeometry>
        </mxCell>
      </root>
    </mxGraphModel>
  </diagram>
</mxfile>
